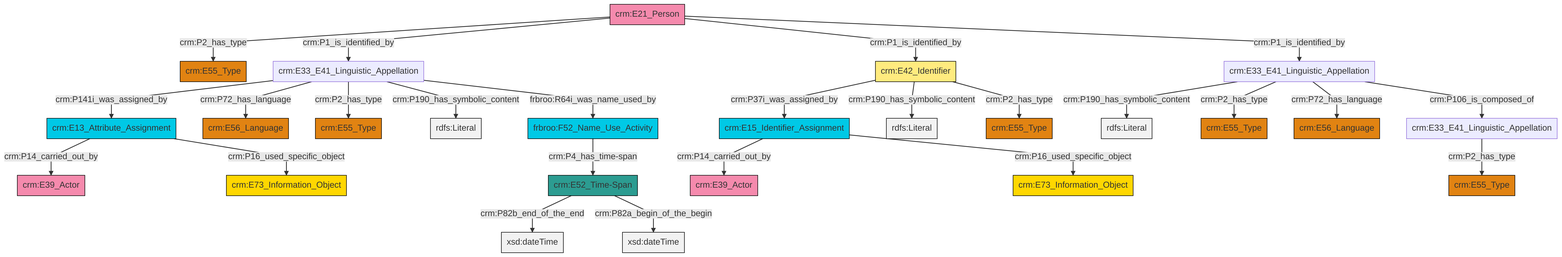
This is et/personCSV/ttl/mmd/png/Person_Names_and_Classification.png from swiss-art-research-net/docs.swissartresearch, a Mermaid export, as it was before one commit. Its source is kept beside it as et/personCSV/ttl/mmd/Person_Names_and_Classification.ttl.mmd.
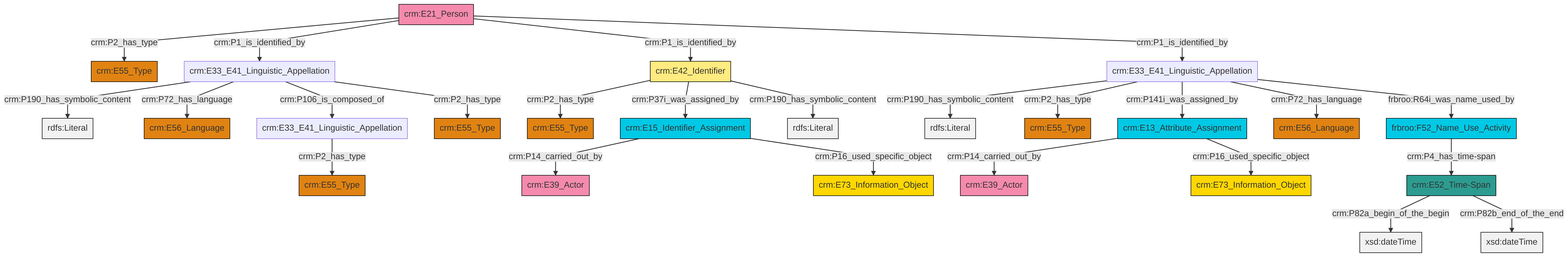
The same file after the commit.

Diff of the diagram source:
```diff
@@ -13,27 +13,27 @@
 classDef PC_Classes fill:#4ce600, stroke:#000000;
 classDef Multi fill:#cccccc,stroke:#000000;
 
-0["crm:E42_Identifier"]:::Appellation -->|crm:P37i_was_assigned_by| 1["crm:E15_Identifier_Assignment"]:::Temporal_Entity
-6["crm:E33_E41_Linguistic_Appellation"]:::Default -->|crm:P190_has_symbolic_content| 7[rdfs:Literal]:::Literal
-1["crm:E15_Identifier_Assignment"]:::Temporal_Entity -->|crm:P14_carried_out_by| 2["crm:E39_Actor"]:::Actor
-16["crm:E13_Attribute_Assignment"]:::Temporal_Entity -->|crm:P14_carried_out_by| 17["crm:E39_Actor"]:::Actor
-6["crm:E33_E41_Linguistic_Appellation"]:::Default -->|crm:P2_has_type| 18["crm:E55_Type"]:::Type
-20["crm:E33_E41_Linguistic_Appellation"]:::Default -->|crm:P141i_was_assigned_by| 16["crm:E13_Attribute_Assignment"]:::Temporal_Entity
-16["crm:E13_Attribute_Assignment"]:::Temporal_Entity -->|crm:P16_used_specific_object| 23["crm:E73_Information_Object"]:::Conceptual_Object
-27["crm:E52_Time-Span"]:::Time-Span -->|crm:P82b_end_of_the_end| 28[xsd:dateTime]:::Literal
-20["crm:E33_E41_Linguistic_Appellation"]:::Default -->|crm:P72_has_language| 14["crm:E56_Language"]:::Type
-6["crm:E33_E41_Linguistic_Appellation"]:::Default -->|crm:P72_has_language| 8["crm:E56_Language"]:::Type
-4["crm:E21_Person"]:::Actor -->|crm:P2_has_type| 34["crm:E55_Type"]:::Type
-0["crm:E42_Identifier"]:::Appellation -->|crm:P190_has_symbolic_content| 35[rdfs:Literal]:::Literal
-1["crm:E15_Identifier_Assignment"]:::Temporal_Entity -->|crm:P16_used_specific_object| 25["crm:E73_Information_Object"]:::Conceptual_Object
-20["crm:E33_E41_Linguistic_Appellation"]:::Default -->|crm:P2_has_type| 36["crm:E55_Type"]:::Type
-4["crm:E21_Person"]:::Actor -->|crm:P1_is_identified_by| 20["crm:E33_E41_Linguistic_Appellation"]:::Default
-20["crm:E33_E41_Linguistic_Appellation"]:::Default -->|crm:P190_has_symbolic_content| 38[rdfs:Literal]:::Literal
-27["crm:E52_Time-Span"]:::Time-Span -->|crm:P82a_begin_of_the_begin| 41[xsd:dateTime]:::Literal
-0["crm:E42_Identifier"]:::Appellation -->|crm:P2_has_type| 12["crm:E55_Type"]:::Type
-6["crm:E33_E41_Linguistic_Appellation"]:::Default -->|crm:P106_is_composed_of| 10["crm:E33_E41_Linguistic_Appellation"]:::Default
-30["frbroo:F52_Name_Use_Activity"]:::Temporal_Entity -->|crm:P4_has_time-span| 27["crm:E52_Time-Span"]:::Time-Span
-4["crm:E21_Person"]:::Actor -->|crm:P1_is_identified_by| 0["crm:E42_Identifier"]:::Appellation
-4["crm:E21_Person"]:::Actor -->|crm:P1_is_identified_by| 6["crm:E33_E41_Linguistic_Appellation"]:::Default
-20["crm:E33_E41_Linguistic_Appellation"]:::Default -->|frbroo:R64i_was_name_used_by| 30["frbroo:F52_Name_Use_Activity"]:::Temporal_Entity
-10["crm:E33_E41_Linguistic_Appellation"]:::Default -->|crm:P2_has_type| 45["crm:E55_Type"]:::Type
+0["crm:E13_Attribute_Assignment"]:::Temporal_Entity -->|crm:P14_carried_out_by| 1["crm:E39_Actor"]:::Actor
+2["crm:E33_E41_Linguistic_Appellation"]:::Default -->|crm:P190_has_symbolic_content| 3[rdfs:Literal]:::Literal
+0["crm:E13_Attribute_Assignment"]:::Temporal_Entity -->|crm:P16_used_specific_object| 4["crm:E73_Information_Object"]:::Conceptual_Object
+2["crm:E33_E41_Linguistic_Appellation"]:::Default -->|crm:P2_has_type| 5["crm:E55_Type"]:::Type
+6["crm:E52_Time-Span"]:::Time-Span -->|crm:P82a_begin_of_the_begin| 7[xsd:dateTime]:::Literal
+8["crm:E21_Person"]:::Actor -->|crm:P2_has_type| 9["crm:E55_Type"]:::Type
+8["crm:E21_Person"]:::Actor -->|crm:P1_is_identified_by| 10["crm:E33_E41_Linguistic_Appellation"]:::Default
+6["crm:E52_Time-Span"]:::Time-Span -->|crm:P82b_end_of_the_end| 14[xsd:dateTime]:::Literal
+15["crm:E33_E41_Linguistic_Appellation"]:::Default -->|crm:P2_has_type| 16["crm:E55_Type"]:::Type
+17["crm:E42_Identifier"]:::Appellation -->|crm:P2_has_type| 18["crm:E55_Type"]:::Type
+2["crm:E33_E41_Linguistic_Appellation"]:::Default -->|crm:P141i_was_assigned_by| 0["crm:E13_Attribute_Assignment"]:::Temporal_Entity
+8["crm:E21_Person"]:::Actor -->|crm:P1_is_identified_by| 17["crm:E42_Identifier"]:::Appellation
+10["crm:E33_E41_Linguistic_Appellation"]:::Default -->|crm:P190_has_symbolic_content| 20[rdfs:Literal]:::Literal
+10["crm:E33_E41_Linguistic_Appellation"]:::Default -->|crm:P72_has_language| 21["crm:E56_Language"]:::Type
+10["crm:E33_E41_Linguistic_Appellation"]:::Default -->|crm:P106_is_composed_of| 15["crm:E33_E41_Linguistic_Appellation"]:::Default
+12["crm:E15_Identifier_Assignment"]:::Temporal_Entity -->|crm:P14_carried_out_by| 22["crm:E39_Actor"]:::Actor
+2["crm:E33_E41_Linguistic_Appellation"]:::Default -->|crm:P72_has_language| 24["crm:E56_Language"]:::Type
+10["crm:E33_E41_Linguistic_Appellation"]:::Default -->|crm:P2_has_type| 30["crm:E55_Type"]:::Type
+2["crm:E33_E41_Linguistic_Appellation"]:::Default -->|frbroo:R64i_was_name_used_by| 34["frbroo:F52_Name_Use_Activity"]:::Temporal_Entity
+34["frbroo:F52_Name_Use_Activity"]:::Temporal_Entity -->|crm:P4_has_time-span| 6["crm:E52_Time-Span"]:::Time-Span
+8["crm:E21_Person"]:::Actor -->|crm:P1_is_identified_by| 2["crm:E33_E41_Linguistic_Appellation"]:::Default
+17["crm:E42_Identifier"]:::Appellation -->|crm:P37i_was_assigned_by| 12["crm:E15_Identifier_Assignment"]:::Temporal_Entity
+17["crm:E42_Identifier"]:::Appellation -->|crm:P190_has_symbolic_content| 43[rdfs:Literal]:::Literal
+12["crm:E15_Identifier_Assignment"]:::Temporal_Entity -->|crm:P16_used_specific_object| 27["crm:E73_Information_Object"]:::Conceptual_Object
```
